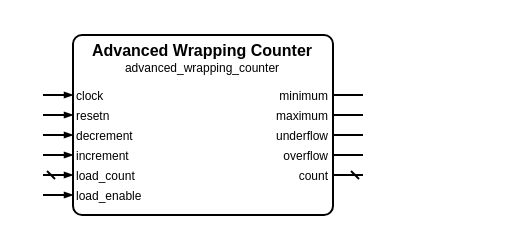
Before: sources/counter/advanced_wrapping_counter/advanced_wrapping_counter.symbol.drawio in Louis-DR/OmniCores-BuildingBlocks, a draw.io diagram. Source tidied: cells renumbered, new cells numbered last; positions are measured from the earlier drawing's top-left corner, leaving out a move shared by most shapes. Both pictures are drawn from the tidied source at 200%, with x=0, y=0 at pixel (42, 34).
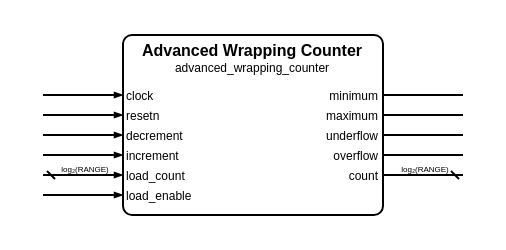
The same diagram, later.

Change to the diagram source:
```diff
@@
     <mxCell id="2" style="group;" parent="1" vertex="1">
-      <mxGeometry width="160" height="90" as="geometry" />
+      <mxGeometry width="210" height="90" as="geometry" />
     </mxCell>
     <mxCell id="3" style="rounded=1;arcSize=5;fillColor=none;strokeWidth=1;strokeColor=black;whiteSpace=wrap;html=1;" parent="2" vertex="1">
-      <mxGeometry x="15" width="130" height="90" as="geometry" />
+      <mxGeometry x="40" width="130" height="90" as="geometry" />
     </mxCell>
     <mxCell id="4" value="Advanced Wrapping Counter" style="text;html=1;align=center;verticalAlign=middle;whiteSpace=wrap;rounded=0;fontSize=8;fontStyle=1;fontColor=black;" parent="2" vertex="1">
-      <mxGeometry x="15" y="7" width="130" as="geometry" />
+      <mxGeometry x="40" y="7" width="130" as="geometry" />
     </mxCell>
     <mxCell id="5" value="advanced_wrapping_counter" style="text;html=1;align=center;verticalAlign=middle;whiteSpace=wrap;rounded=0;fontSize=6;fontStyle=0;fontColor=black;" parent="2" vertex="1">
-      <mxGeometry x="15" y="16" width="130" as="geometry" />
+      <mxGeometry x="40" y="16" width="130" as="geometry" />
     </mxCell>
     <mxCell id="6" value="clock" style="text;html=1;align=left;verticalAlign=middle;whiteSpace=wrap;rounded=0;fontSize=6;fontStyle=0;fontColor=black;" parent="2" vertex="1">
-      <mxGeometry x="15" y="30" width="130" as="geometry" />
+      <mxGeometry x="40" y="30" width="130" as="geometry" />
     </mxCell>
     <mxCell id="7" style="html=1;rounded=1;strokeWidth=1;strokeColor=black;startFill=0;startSize=2;startArrow=none;endFill=1;endSize=2;endArrow=blockThin;sourcePerimeterSpacing=0;" parent="2" edge="1">
       <mxGeometry relative="1" as="geometry">
         <mxPoint y="30" as="sourcePoint" />
-        <mxPoint x="15" y="30" as="targetPoint" />
+        <mxPoint x="40" y="30" as="targetPoint" />
       </mxGeometry>
     </mxCell>
     <mxCell id="8" value="minimum" style="text;html=1;align=right;verticalAlign=middle;whiteSpace=wrap;rounded=0;fontSize=6;fontStyle=0;fontColor=black;" parent="2" vertex="1">
-      <mxGeometry x="15" y="30" width="130" as="geometry" />
+      <mxGeometry x="40" y="30" width="130" as="geometry" />
     </mxCell>
     <mxCell id="9" style="html=1;rounded=1;strokeWidth=1;strokeColor=black;startFill=0;startSize=2;startArrow=none;endFill=1;endSize=2;endArrow=none;sourcePerimeterSpacing=0;" parent="2" edge="1">
       <mxGeometry relative="1" as="geometry">
-        <mxPoint x="160" y="30" as="sourcePoint" />
-        <mxPoint x="145" y="30" as="targetPoint" />
+        <mxPoint x="210" y="30" as="sourcePoint" />
+        <mxPoint x="170" y="30" as="targetPoint" />
       </mxGeometry>
     </mxCell>
     <mxCell id="10" value="resetn" style="text;html=1;align=left;verticalAlign=middle;whiteSpace=wrap;rounded=0;fontSize=6;fontStyle=0;fontColor=black;" parent="2" vertex="1">
-      <mxGeometry x="15" y="40" width="130" as="geometry" />
+      <mxGeometry x="40" y="40" width="130" as="geometry" />
     </mxCell>
     <mxCell id="11" style="html=1;rounded=1;strokeWidth=1;strokeColor=black;startFill=0;startSize=2;startArrow=none;endFill=1;endSize=2;endArrow=blockThin;sourcePerimeterSpacing=0;" parent="2" edge="1">
       <mxGeometry relative="1" as="geometry">
         <mxPoint y="40" as="sourcePoint" />
-        <mxPoint x="15" y="40" as="targetPoint" />
+        <mxPoint x="40" y="40" as="targetPoint" />
       </mxGeometry>
     </mxCell>
     <mxCell id="12" value="maximum" style="text;html=1;align=right;verticalAlign=middle;whiteSpace=wrap;rounded=0;fontSize=6;fontStyle=0;fontColor=black;" parent="2" vertex="1">
-      <mxGeometry x="15" y="40" width="130" as="geometry" />
+      <mxGeometry x="40" y="40" width="130" as="geometry" />
     </mxCell>
     <mxCell id="13" style="html=1;rounded=1;strokeWidth=1;strokeColor=black;startFill=0;startSize=2;startArrow=none;endFill=1;endSize=2;endArrow=none;sourcePerimeterSpacing=0;" parent="2" edge="1">
       <mxGeometry relative="1" as="geometry">
-        <mxPoint x="160" y="40" as="sourcePoint" />
-        <mxPoint x="145" y="40" as="targetPoint" />
+        <mxPoint x="210" y="40" as="sourcePoint" />
+        <mxPoint x="170" y="40" as="targetPoint" />
       </mxGeometry>
     </mxCell>
     <mxCell id="14" value="decrement" style="text;html=1;align=left;verticalAlign=middle;whiteSpace=wrap;rounded=0;fontSize=6;fontStyle=0;fontColor=black;" parent="2" vertex="1">
-      <mxGeometry x="15" y="50" width="130" as="geometry" />
+      <mxGeometry x="40" y="50" width="130" as="geometry" />
     </mxCell>
     <mxCell id="15" style="html=1;rounded=1;strokeWidth=1;strokeColor=black;startFill=0;startSize=2;startArrow=none;endFill=1;endSize=2;endArrow=blockThin;sourcePerimeterSpacing=0;" parent="2" edge="1">
       <mxGeometry relative="1" as="geometry">
         <mxPoint y="50" as="sourcePoint" />
-        <mxPoint x="15" y="50" as="targetPoint" />
+        <mxPoint x="40" y="50" as="targetPoint" />
       </mxGeometry>
     </mxCell>
     <mxCell id="16" value="underflow" style="text;html=1;align=right;verticalAlign=middle;whiteSpace=wrap;rounded=0;fontSize=6;fontStyle=0;fontColor=black;" parent="2" vertex="1">
-      <mxGeometry x="15" y="50" width="130" as="geometry" />
+      <mxGeometry x="40" y="50" width="130" as="geometry" />
     </mxCell>
     <mxCell id="17" style="html=1;rounded=1;strokeWidth=1;strokeColor=black;startFill=0;startSize=2;startArrow=none;endFill=1;endSize=2;endArrow=none;sourcePerimeterSpacing=0;" parent="2" edge="1">
       <mxGeometry relative="1" as="geometry">
-        <mxPoint x="160" y="50" as="sourcePoint" />
-        <mxPoint x="145" y="50" as="targetPoint" />
+        <mxPoint x="210" y="50" as="sourcePoint" />
+        <mxPoint x="170" y="50" as="targetPoint" />
       </mxGeometry>
     </mxCell>
     <mxCell id="18" value="increment" style="text;html=1;align=left;verticalAlign=middle;whiteSpace=wrap;rounded=0;fontSize=6;fontStyle=0;fontColor=black;" parent="2" vertex="1">
-      <mxGeometry x="15" y="60" width="130" as="geometry" />
+      <mxGeometry x="40" y="60" width="130" as="geometry" />
     </mxCell>
     <mxCell id="19" style="html=1;rounded=1;strokeWidth=1;strokeColor=black;startFill=0;startSize=2;startArrow=none;endFill=1;endSize=2;endArrow=blockThin;sourcePerimeterSpacing=0;" parent="2" edge="1">
       <mxGeometry relative="1" as="geometry">
         <mxPoint y="60" as="sourcePoint" />
-        <mxPoint x="15" y="60" as="targetPoint" />
+        <mxPoint x="40" y="60" as="targetPoint" />
       </mxGeometry>
     </mxCell>
     <mxCell id="20" value="overflow" style="text;html=1;align=right;verticalAlign=middle;whiteSpace=wrap;rounded=0;fontSize=6;fontStyle=0;fontColor=black;" parent="2" vertex="1">
-      <mxGeometry x="15" y="60" width="130" as="geometry" />
+      <mxGeometry x="40" y="60" width="130" as="geometry" />
     </mxCell>
     <mxCell id="21" style="html=1;rounded=1;strokeWidth=1;strokeColor=black;startFill=0;startSize=2;startArrow=none;endFill=1;endSize=2;endArrow=none;sourcePerimeterSpacing=0;" parent="2" edge="1">
       <mxGeometry relative="1" as="geometry">
-        <mxPoint x="160" y="60" as="sourcePoint" />
-        <mxPoint x="145" y="60" as="targetPoint" />
+        <mxPoint x="210" y="60" as="sourcePoint" />
+        <mxPoint x="170" y="60" as="targetPoint" />
       </mxGeometry>
     </mxCell>
     <mxCell id="22" value="load_count" style="text;html=1;align=left;verticalAlign=middle;whiteSpace=wrap;rounded=0;fontSize=6;fontStyle=0;fontColor=black;" parent="2" vertex="1">
-      <mxGeometry x="15" y="70" width="130" as="geometry" />
+      <mxGeometry x="40" y="70" width="130" as="geometry" />
     </mxCell>
     <mxCell id="23" style="html=1;rounded=1;strokeWidth=1;strokeColor=black;startFill=0;startSize=2;startArrow=dash;endFill=1;endSize=2;endArrow=blockThin;sourcePerimeterSpacing=0;" parent="2" edge="1">
       <mxGeometry relative="1" as="geometry">
         <mxPoint y="70" as="sourcePoint" />
-        <mxPoint x="15" y="70" as="targetPoint" />
+        <mxPoint x="40" y="70" as="targetPoint" />
       </mxGeometry>
     </mxCell>
+    <mxCell id="28" value="log₂(RANGE)" style="text;html=1;align=center;verticalAlign=middle;whiteSpace=nowrap;rounded=0;fontSize=4;fontStyle=0;fontColor=black;" parent="2" vertex="1">
+      <mxGeometry x="20" y="67" as="geometry" />
+    </mxCell>
     <mxCell id="24" value="count" style="text;html=1;align=right;verticalAlign=middle;whiteSpace=wrap;rounded=0;fontSize=6;fontStyle=0;fontColor=black;" parent="2" vertex="1">
-      <mxGeometry x="15" y="70" width="130" as="geometry" />
+      <mxGeometry x="40" y="70" width="130" as="geometry" />
     </mxCell>
     <mxCell id="25" style="html=1;rounded=1;strokeWidth=1;strokeColor=black;startFill=0;startSize=2;startArrow=dash;endFill=1;endSize=2;endArrow=none;sourcePerimeterSpacing=0;" parent="2" edge="1">
       <mxGeometry relative="1" as="geometry">
-        <mxPoint x="160" y="70" as="sourcePoint" />
-        <mxPoint x="145" y="70" as="targetPoint" />
+        <mxPoint x="210" y="70" as="sourcePoint" />
+        <mxPoint x="170" y="70" as="targetPoint" />
       </mxGeometry>
     </mxCell>
+    <mxCell id="29" value="log₂(RANGE)" style="text;html=1;align=center;verticalAlign=middle;whiteSpace=nowrap;rounded=0;fontSize=4;fontStyle=0;fontColor=black;" parent="2" vertex="1">
+      <mxGeometry x="190" y="67" as="geometry" />
+    </mxCell>
     <mxCell id="26" value="load_enable" style="text;html=1;align=left;verticalAlign=middle;whiteSpace=wrap;rounded=0;fontSize=6;fontStyle=0;fontColor=black;" parent="2" vertex="1">
-      <mxGeometry x="15" y="80" width="130" as="geometry" />
+      <mxGeometry x="40" y="80" width="130" as="geometry" />
     </mxCell>
     <mxCell id="27" style="html=1;rounded=1;strokeWidth=1;strokeColor=black;startFill=0;startSize=2;startArrow=none;endFill=1;endSize=2;endArrow=blockThin;sourcePerimeterSpacing=0;" parent="2" edge="1">
       <mxGeometry relative="1" as="geometry">
         <mxPoint y="80" as="sourcePoint" />
-        <mxPoint x="15" y="80" as="targetPoint" />
+        <mxPoint x="40" y="80" as="targetPoint" />
       </mxGeometry>
     </mxCell>
```
